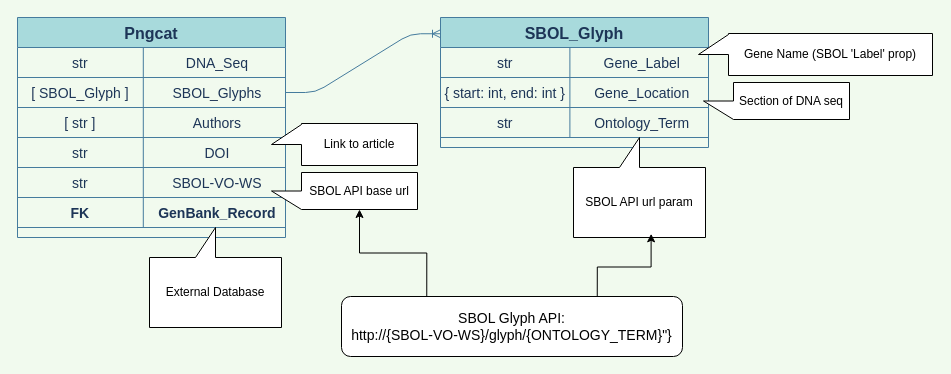
This is page "Mongo Models" (3 of 3) of documentation/pngcat_all_diagrams.drawio from shamseen/pngcat-api, a draw.io file, before an edit. Source tidied: cells renumbered, new cells numbered last; positions are measured from the earlier drawing's top-left corner, leaving out a move shared by most shapes. Both pictures are drawn from the tidied source at 100%, with x=0, y=0 at pixel (17, 17).
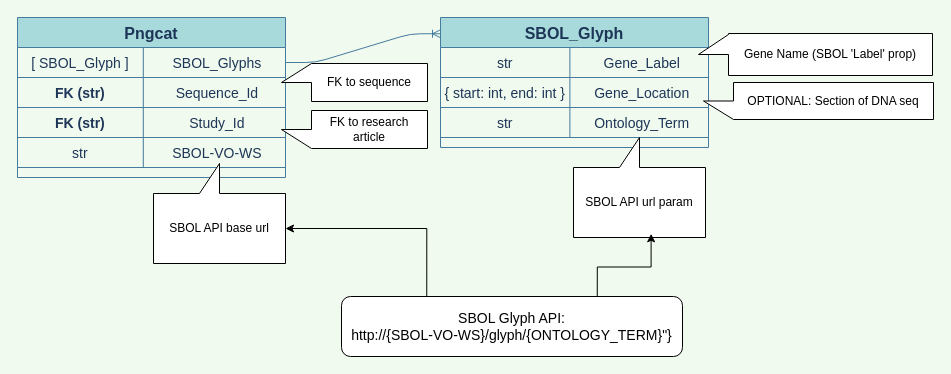
Above is the later version.

The change refers to these unchanged cells:
```xml
<mxCell id="40" value="&lt;font style=&quot;font-size: 14px&quot;&gt;SBOL Glyph API:&lt;br&gt;http://{SBOL-VO-WS}/glyph/{ONTOLOGY_TERM}&quot;}&lt;/font&gt;" style="rounded=1;whiteSpace=wrap;html=1;" parent="1" vertex="1">
  <mxGeometry x="324" y="279" width="341" height="60" as="geometry" />
</mxCell>
```

What changed in the source:
```diff
@@
     <mxCell id="2" value="Pngcat" style="shape=table;startSize=30;childLayout=tableLayout;rowLines=0;fontStyle=1;align=center;fillColor=#A8DADC;fontSize=16;strokeColor=#457B9D;fontColor=#1D3557;" parent="1" vertex="1">
-      <mxGeometry width="268" height="220" as="geometry" />
+      <mxGeometry width="268" height="160" as="geometry" />
     </mxCell>
-    <mxCell id="3" style="shape=partialRectangle;fillColor=none;top=0;left=0;bottom=1;right=0;fontSize=14;strokeColor=#457B9D;fontColor=#1D3557;" parent="2" vertex="1">
-      <mxGeometry y="30" width="268" height="30" as="geometry" />
-    </mxCell>
-    <mxCell id="4" value="str" style="shape=partialRectangle;fillColor=none;top=0;left=0;bottom=0;right=0;fontStyle=0;overflow=hidden;fontSize=14;strokeColor=#457B9D;fontColor=#1D3557;" parent="3" vertex="1">
-      <mxGeometry width="125.8" height="30" as="geometry" />
-    </mxCell>
-    <mxCell id="5" value="DNA_Seq" style="shape=partialRectangle;fillColor=none;top=0;left=0;bottom=0;right=0;align=center;spacingLeft=6;fontStyle=0;overflow=hidden;fontSize=14;strokeColor=#457B9D;fontColor=#1D3557;" parent="3" vertex="1">
-      <mxGeometry x="125.8" width="142.2" height="30" as="geometry" />
-    </mxCell>
     <mxCell id="6" style="shape=partialRectangle;fillColor=none;top=0;left=0;bottom=1;right=0;points=[[0,0.5],[1,0.5]];portConstraint=eastwest;fontSize=14;strokeColor=#457B9D;fontColor=#1D3557;" parent="2" vertex="1">
-      <mxGeometry y="60" width="268" height="30" as="geometry" />
+      <mxGeometry y="30" width="268" height="30" as="geometry" />
     </mxCell>
@@
-    <mxCell id="9" style="shape=partialRectangle;fillColor=none;top=0;left=0;bottom=1;right=0;fontSize=14;strokeColor=#457B9D;fontColor=#1D3557;" parent="2" vertex="1">
-      <mxGeometry y="90" width="268" height="30" as="geometry" />
-    </mxCell>
-    <mxCell id="10" value="[ str ]" style="shape=partialRectangle;fillColor=none;top=0;left=0;bottom=0;right=0;fontStyle=0;overflow=hidden;fontSize=14;strokeColor=#457B9D;fontColor=#1D3557;" parent="9" vertex="1">
-      <mxGeometry width="125.8" height="30" as="geometry" />
-    </mxCell>
-    <mxCell id="11" value="Authors" style="shape=partialRectangle;fillColor=none;top=0;left=0;bottom=0;right=0;align=center;spacingLeft=6;fontStyle=0;overflow=hidden;fontSize=14;strokeColor=#457B9D;fontColor=#1D3557;" parent="9" vertex="1">
-      <mxGeometry x="125.8" width="142.2" height="30" as="geometry" />
-    </mxCell>
+    <mxCell id="41" style="shape=partialRectangle;fillColor=none;top=0;left=0;bottom=1;right=0;fontSize=14;strokeColor=#457B9D;fontColor=#1D3557;" parent="2" vertex="1">
+      <mxGeometry y="60" width="268" height="30" as="geometry" />
+    </mxCell>
+    <mxCell id="42" value="FK (str)" style="shape=partialRectangle;fillColor=none;top=0;left=0;bottom=0;right=0;fontStyle=1;overflow=hidden;fontSize=14;strokeColor=#457B9D;fontColor=#1D3557;" parent="41" vertex="1">
+      <mxGeometry width="125.8" height="30" as="geometry" />
+    </mxCell>
+    <mxCell id="43" value="Sequence_Id" style="shape=partialRectangle;fillColor=none;top=0;left=0;bottom=0;right=0;align=center;spacingLeft=6;fontStyle=0;overflow=hidden;fontSize=14;strokeColor=#457B9D;fontColor=#1D3557;" parent="41" vertex="1">
+      <mxGeometry x="125.8" width="142.2" height="30" as="geometry" />
+    </mxCell>
     <mxCell id="12" style="shape=partialRectangle;fillColor=none;top=0;left=0;bottom=1;right=0;fontSize=14;strokeColor=#457B9D;fontColor=#1D3557;" parent="2" vertex="1">
-      <mxGeometry y="120" width="268" height="30" as="geometry" />
+      <mxGeometry y="90" width="268" height="30" as="geometry" />
     </mxCell>
-    <mxCell id="13" value="str" style="shape=partialRectangle;fillColor=none;top=0;left=0;bottom=0;right=0;fontStyle=0;overflow=hidden;fontSize=14;strokeColor=#457B9D;fontColor=#1D3557;" parent="12" vertex="1">
+    <mxCell id="13" value="FK (str)" style="shape=partialRectangle;fillColor=none;top=0;left=0;bottom=0;right=0;fontStyle=1;overflow=hidden;fontSize=14;strokeColor=#457B9D;fontColor=#1D3557;" parent="12" vertex="1">
       <mxGeometry width="125.8" height="30" as="geometry" />
     </mxCell>
-    <mxCell id="14" value="DOI" style="shape=partialRectangle;fillColor=none;top=0;left=0;bottom=0;right=0;align=center;spacingLeft=6;fontStyle=0;overflow=hidden;fontSize=14;strokeColor=#457B9D;fontColor=#1D3557;" parent="12" vertex="1">
+    <mxCell id="14" value="Study_Id" style="shape=partialRectangle;fillColor=none;top=0;left=0;bottom=0;right=0;align=center;spacingLeft=6;fontStyle=0;overflow=hidden;fontSize=14;strokeColor=#457B9D;fontColor=#1D3557;" parent="12" vertex="1">
       <mxGeometry x="125.8" width="142.2" height="30" as="geometry" />
     </mxCell>
     <mxCell id="15" style="shape=partialRectangle;fillColor=none;top=0;left=0;bottom=1;right=0;fontSize=14;strokeColor=#457B9D;fontColor=#1D3557;" parent="2" vertex="1">
-      <mxGeometry y="150" width="268" height="30" as="geometry" />
+      <mxGeometry y="120" width="268" height="30" as="geometry" />
     </mxCell>
@@
-    <mxCell id="18" style="shape=partialRectangle;fillColor=none;top=0;left=0;bottom=1;right=0;fontSize=14;strokeColor=#457B9D;fontColor=#1D3557;" parent="2" vertex="1">
-      <mxGeometry y="180" width="268" height="30" as="geometry" />
-    </mxCell>
-    <mxCell id="19" value="FK" style="shape=partialRectangle;fillColor=none;top=0;left=0;bottom=0;right=0;fontStyle=1;overflow=hidden;fontSize=14;strokeColor=#457B9D;fontColor=#1D3557;" parent="18" vertex="1">
-      <mxGeometry width="125.8" height="30" as="geometry" />
-    </mxCell>
-    <mxCell id="20" value="GenBank_Record" style="shape=partialRectangle;fillColor=none;top=0;left=0;bottom=0;right=0;align=center;spacingLeft=6;fontStyle=1;overflow=hidden;fontSize=14;strokeColor=#457B9D;fontColor=#1D3557;" parent="18" vertex="1">
-      <mxGeometry x="125.8" width="142.2" height="30" as="geometry" />
-    </mxCell>
@@
-    <mxCell id="32" value="Link to article" style="shape=callout;whiteSpace=wrap;html=1;perimeter=calloutPerimeter;direction=south;flipV=1;" parent="1" vertex="1">
-      <mxGeometry x="254" y="106" width="146" height="42" as="geometry" />
+    <mxCell id="32" value="FK to sequence" style="shape=callout;whiteSpace=wrap;html=1;perimeter=calloutPerimeter;direction=south;flipV=1;" parent="1" vertex="1">
+      <mxGeometry x="264" y="46" width="146" height="38" as="geometry" />
     </mxCell>
-    <mxCell id="33" value="External Database" style="shape=callout;whiteSpace=wrap;html=1;perimeter=calloutPerimeter;direction=west;" parent="1" vertex="1">
-      <mxGeometry x="132" y="210" width="132" height="100" as="geometry" />
+    <mxCell id="33" value="SBOL API base url" style="shape=callout;whiteSpace=wrap;html=1;perimeter=calloutPerimeter;direction=west;" parent="1" vertex="1">
+      <mxGeometry x="136" y="146" width="132" height="100" as="geometry" />
     </mxCell>
-    <mxCell id="34" value="SBOL API base url" style="shape=callout;whiteSpace=wrap;html=1;perimeter=calloutPerimeter;direction=south;" parent="1" vertex="1">
-      <mxGeometry x="254" y="155" width="146" height="37" as="geometry" />
+    <mxCell id="34" value="FK to research article" style="shape=callout;whiteSpace=wrap;html=1;perimeter=calloutPerimeter;direction=south;" parent="1" vertex="1">
+      <mxGeometry x="264" y="93" width="146" height="38" as="geometry" />
     </mxCell>
@@
-    <mxCell id="37" value="Section of DNA seq" style="shape=callout;whiteSpace=wrap;html=1;perimeter=calloutPerimeter;direction=south;" parent="1" vertex="1">
-      <mxGeometry x="686" y="65" width="146" height="37" as="geometry" />
+    <mxCell id="37" value="OPTIONAL: Section of DNA seq" style="shape=callout;whiteSpace=wrap;html=1;perimeter=calloutPerimeter;direction=south;" parent="1" vertex="1">
+      <mxGeometry x="686" y="65" width="230" height="37" as="geometry" />
     </mxCell>
@@
-    <mxCell id="39" style="edgeStyle=orthogonalEdgeStyle;rounded=0;jettySize=auto;html=1;exitX=0.25;exitY=0;exitDx=0;exitDy=0;entryX=0;entryY=0;entryDx=37;entryDy=58;entryPerimeter=0;" parent="1" edge="1" source="40" target="34">
+    <mxCell id="39" style="edgeStyle=orthogonalEdgeStyle;rounded=0;jettySize=auto;html=1;exitX=0.25;exitY=0;exitDx=0;exitDy=0;entryX=0;entryY=0;entryDx=0;entryDy=35;entryPerimeter=0;" parent="1" edge="1" source="40" target="33">
       <mxGeometry relative="1" as="geometry" />
     </mxCell>
```
